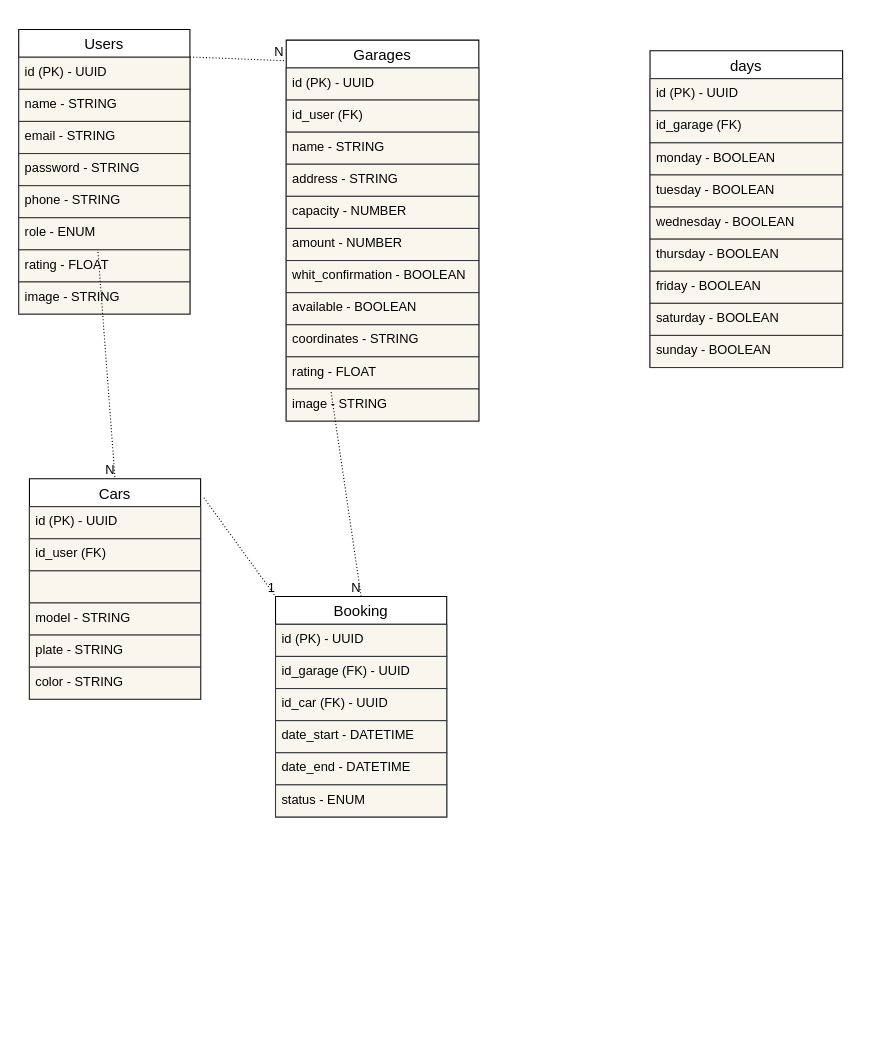
Before: backend/relationalDiagram.drawio in No-Country/s13-04-t-node-react, a draw.io diagram. Source tidied: cells renumbered, new cells numbered last; positions are measured from the earlier drawing's top-left corner, leaving out a move shared by most shapes. Both pictures are drawn from the tidied source at 107%, with x=0, y=0 at pixel (18, 29).
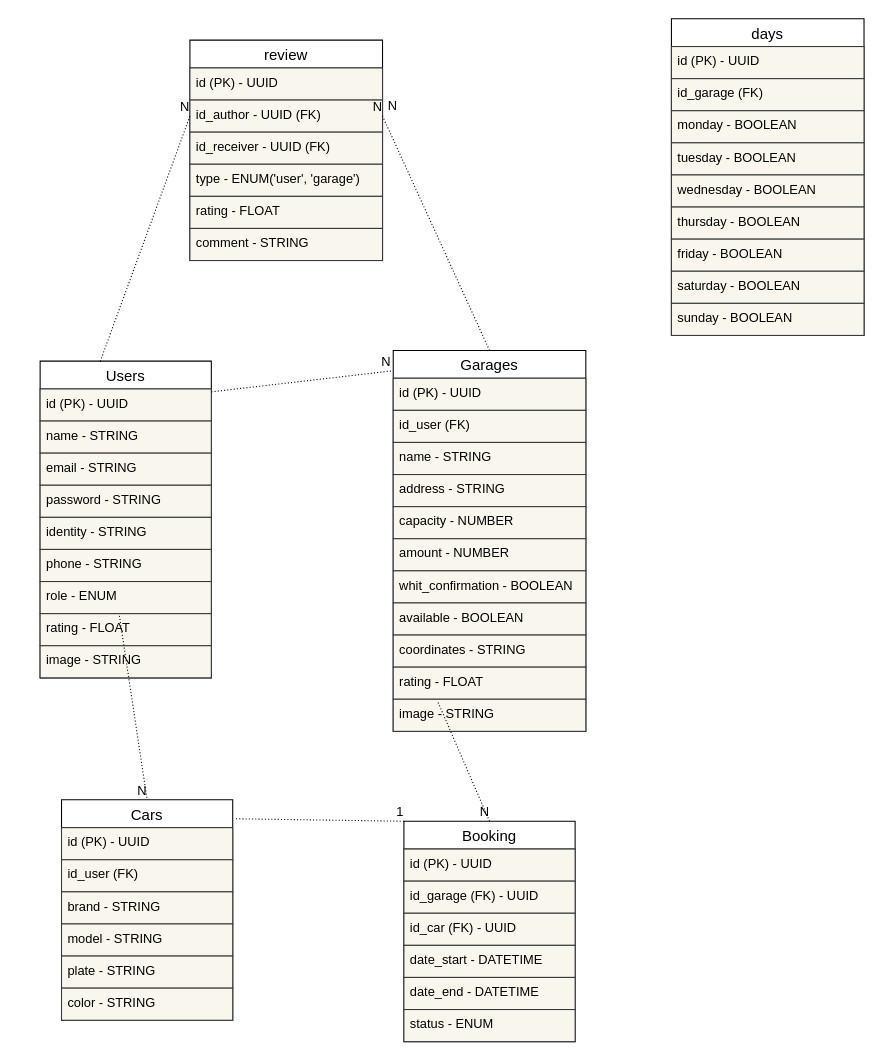
Above is the later version.

The edit, as a diff of the source:
```diff
@@
     <mxCell id="2" value="Users" style="swimlane;fontStyle=0;horizontal=1;startSize=26;align=center;fontSize=14;" parent="1" vertex="1">
-      <mxGeometry width="160" height="266" as="geometry" />
+      <mxGeometry x="20" y="310" width="160" height="296" as="geometry" />
     </mxCell>
@@
+    <mxCell id="55" value="identity - STRING&#10;" style="text;strokeColor=#36393d;fillColor=#f9f7ed;spacingLeft=4;spacingRight=4;overflow=hidden;fontSize=12;fontColor=#000000;" parent="2" vertex="1">
+      <mxGeometry y="146" width="160" height="30" as="geometry" />
+    </mxCell>
     <mxCell id="7" value="phone - STRING" style="text;strokeColor=#36393d;fillColor=#f9f7ed;spacingLeft=4;spacingRight=4;overflow=hidden;fontSize=12;fontColor=#000000;" parent="2" vertex="1">
-      <mxGeometry y="146" width="160" height="30" as="geometry" />
+      <mxGeometry y="176" width="160" height="30" as="geometry" />
     </mxCell>
     <mxCell id="8" value="role - ENUM" style="text;strokeColor=#36393d;fillColor=#f9f7ed;spacingLeft=4;spacingRight=4;overflow=hidden;points=[[0,0.5],[1,0.5]];portConstraint=eastwest;fontSize=12;fontColor=#000000;" parent="2" vertex="1">
-      <mxGeometry y="176" width="160" height="30" as="geometry" />
+      <mxGeometry y="206" width="160" height="30" as="geometry" />
     </mxCell>
     <mxCell id="9" value="rating - FLOAT" style="text;strokeColor=#36393d;fillColor=#f9f7ed;spacingLeft=4;spacingRight=4;overflow=hidden;fontSize=12;fontColor=#000000;" parent="2" vertex="1">
-      <mxGeometry y="206" width="160" height="30" as="geometry" />
+      <mxGeometry y="236" width="160" height="30" as="geometry" />
     </mxCell>
     <mxCell id="10" value="image - STRING" style="text;strokeColor=#36393d;fillColor=#f9f7ed;spacingLeft=4;spacingRight=4;overflow=hidden;fontSize=12;fontColor=#000000;" parent="2" vertex="1">
-      <mxGeometry y="236" width="160" height="30" as="geometry" />
+      <mxGeometry y="266" width="160" height="30" as="geometry" />
     </mxCell>
     <mxCell id="11" value="Garages" style="swimlane;fontStyle=0;horizontal=1;startSize=26;align=center;fontSize=14;" parent="1" vertex="1">
-      <mxGeometry x="250" y="10" width="180" height="356" as="geometry" />
+      <mxGeometry x="350" y="300" width="180" height="356" as="geometry" />
     </mxCell>
@@
     <mxCell id="23" value="Cars" style="swimlane;fontStyle=0;horizontal=1;startSize=26;align=center;fontSize=14;" parent="1" vertex="1">
-      <mxGeometry x="10" y="420" width="160" height="206" as="geometry" />
+      <mxGeometry x="40" y="720" width="160" height="206" as="geometry" />
     </mxCell>
@@
-    <mxCell id="26" style="text;strokeColor=#36393d;fillColor=#f9f7ed;spacingLeft=4;spacingRight=4;overflow=hidden;fontSize=12;fontColor=#000000;" parent="23" vertex="1">
+    <mxCell id="26" value="brand - STRING" style="text;strokeColor=#36393d;fillColor=#f9f7ed;spacingLeft=4;spacingRight=4;overflow=hidden;fontSize=12;fontColor=#000000;" parent="23" vertex="1">
       <mxGeometry y="86" width="160" height="30" as="geometry" />
     </mxCell>
@@
     <mxCell id="34" value="Booking" style="swimlane;fontStyle=0;horizontal=1;startSize=26;align=center;fontSize=14;" parent="1" vertex="1">
-      <mxGeometry x="240" y="530" width="160" height="206" as="geometry" />
+      <mxGeometry x="360" y="740" width="160" height="206" as="geometry" />
     </mxCell>
@@
     <mxCell id="45" value="days" style="swimlane;fontStyle=0;horizontal=1;startSize=26;align=center;fontSize=14;" parent="1" vertex="1">
-      <mxGeometry x="590" y="20" width="180" height="296" as="geometry" />
+      <mxGeometry x="610" y="-10" width="180" height="296" as="geometry" />
     </mxCell>
@@
+    <mxCell id="56" value="review" style="swimlane;fontStyle=0;horizontal=1;startSize=26;align=center;fontSize=14;" parent="1" vertex="1">
+      <mxGeometry x="160" y="10" width="180" height="206" as="geometry" />
+    </mxCell>
+    <mxCell id="57" value="id (PK) - UUID" style="text;strokeColor=#36393d;fillColor=#f9f7ed;spacingLeft=4;spacingRight=4;overflow=hidden;fontSize=12;fontColor=#000000;" parent="56" vertex="1">
+      <mxGeometry y="26" width="180" height="30" as="geometry" />
+    </mxCell>
+    <mxCell id="58" value="id_author - UUID (FK)" style="text;strokeColor=#36393d;fillColor=#f9f7ed;spacingLeft=4;spacingRight=4;overflow=hidden;points=[[0,0.5],[1,0.5]];portConstraint=eastwest;fontSize=12;fontColor=#000000;" parent="56" vertex="1">
+      <mxGeometry y="56" width="180" height="30" as="geometry" />
+    </mxCell>
+    <mxCell id="59" value="id_receiver - UUID (FK)" style="text;strokeColor=#36393d;fillColor=#f9f7ed;spacingLeft=4;spacingRight=4;overflow=hidden;fontSize=12;fontColor=#000000;" parent="56" vertex="1">
+      <mxGeometry y="86" width="180" height="30" as="geometry" />
+    </mxCell>
+    <mxCell id="60" value="type - ENUM('user', 'garage')" style="text;strokeColor=#36393d;fillColor=#f9f7ed;spacingLeft=4;spacingRight=4;overflow=hidden;fontSize=12;fontColor=#000000;" parent="56" vertex="1">
+      <mxGeometry y="116" width="180" height="30" as="geometry" />
+    </mxCell>
+    <mxCell id="61" value="rating - FLOAT" style="text;strokeColor=#36393d;fillColor=#f9f7ed;spacingLeft=4;spacingRight=4;overflow=hidden;fontSize=12;fontColor=#000000;" parent="56" vertex="1">
+      <mxGeometry y="146" width="180" height="30" as="geometry" />
+    </mxCell>
+    <mxCell id="62" value="comment - STRING" style="text;strokeColor=#36393d;fillColor=#f9f7ed;spacingLeft=4;spacingRight=4;overflow=hidden;fontSize=12;fontColor=#000000;" parent="56" vertex="1">
+      <mxGeometry y="176" width="180" height="30" as="geometry" />
+    </mxCell>
+    <mxCell id="63" style="endArrow=none;html=1;rounded=0;dashed=1;dashPattern=1 2;entryX=0;entryY=0.5;entryDx=0;entryDy=0;exitX=0.351;exitY=0.001;exitDx=0;exitDy=0;exitPerimeter=0;" parent="1" edge="1" source="2" target="58">
+      <mxGeometry relative="1" as="geometry" />
+    </mxCell>
+    <mxCell id="64" value="N" style="html=1;align=right;verticalAlign=bottom;" parent="63" vertex="1">
+      <mxGeometry x="1" relative="1" as="geometry" />
+    </mxCell>
+    <mxCell id="65" style="endArrow=none;html=1;rounded=0;dashed=1;dashPattern=1 2;entryX=1;entryY=0.5;entryDx=0;entryDy=0;exitX=0.5;exitY=0;exitDx=0;exitDy=0;" parent="1" edge="1" source="11" target="58">
+      <mxGeometry relative="1" as="geometry" />
+    </mxCell>
+    <mxCell id="66" value="N" style="html=1;align=right;verticalAlign=bottom;" parent="65" vertex="1">
+      <mxGeometry x="1" relative="1" as="geometry" />
+    </mxCell>
+    <mxCell id="67" value="N" style="html=1;align=right;verticalAlign=bottom;" parent="1" vertex="1">
+      <mxGeometry x="170.1" y="90.8" as="geometry">
+        <mxPoint x="184" y="-11" as="offset" />
+      </mxGeometry>
+    </mxCell>
```
